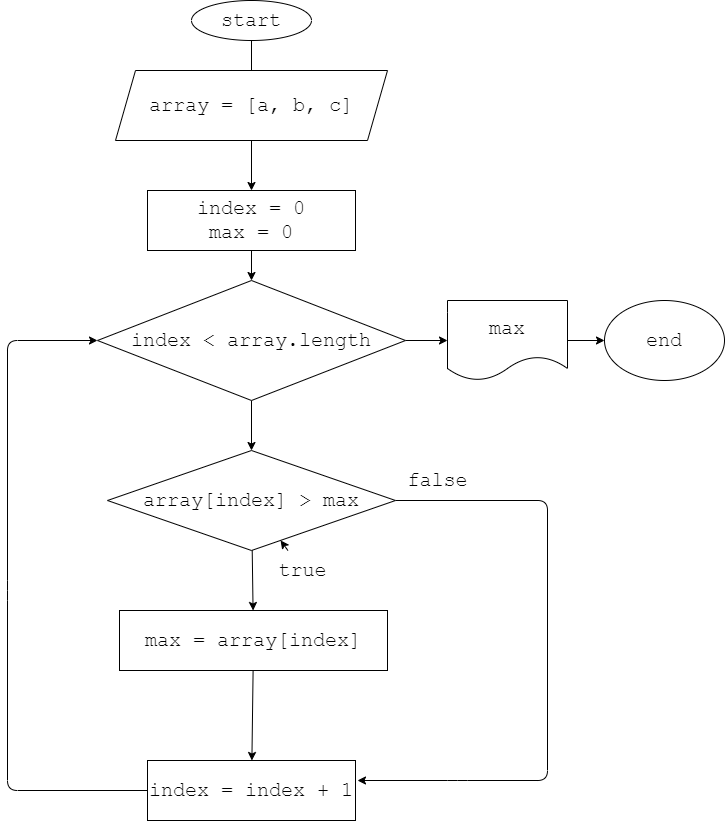
Above: Exp02/diagram1.drawio.png in BKristinaA/HomeWork_01 (draw.io), before the change. Source tidied: cells renumbered, new cells last; positions are measured from the earlier drawing's top-left corner, leaving out a move shared by most shapes.
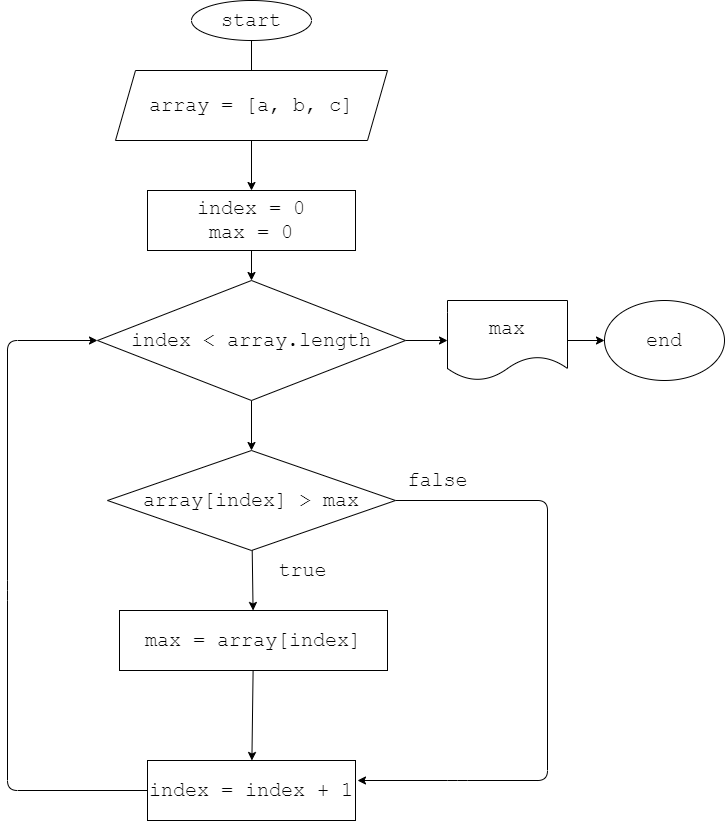
Above is the later version.

What changed in the source:
```diff
@@ -67,9 +67,6 @@
     <mxCell id="17" value="index = index + 1" style="rounded=0;whiteSpace=wrap;html=1;fontFamily=Courier New;fontSize=20;" parent="1" vertex="1">
       <mxGeometry x="140" y="760" width="208" height="60" as="geometry" />
     </mxCell>
-    <mxCell id="18" style="edgeStyle=none;html=1;fontFamily=Courier New;fontSize=20;" parent="1" edge="1" source="19" target="13">
-      <mxGeometry relative="1" as="geometry" />
-    </mxCell>
     <mxCell id="19" value="true" style="text;html=1;align=center;verticalAlign=middle;points=[];strokeColor=none;fillColor=none;fontSize=20;fontFamily=Courier New;" parent="1" vertex="1">
       <mxGeometry x="260" y="550" width="70" height="40" as="geometry" />
     </mxCell>
```
